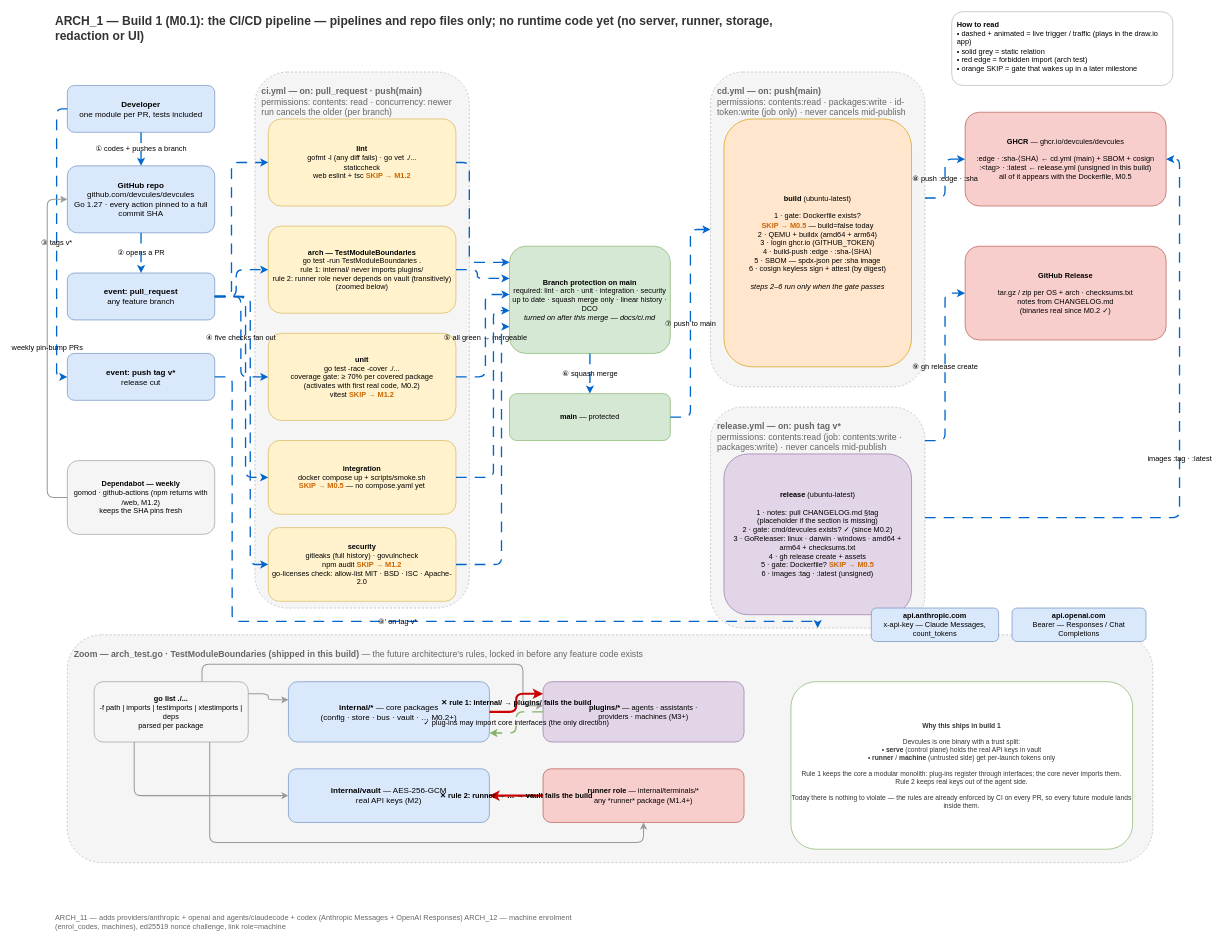
This is page "Arch_1" (1 of 18) of docs/diagrams/devcules-architecture.drawio from devcules/devcules, a draw.io file, before an edit. Source tidied: cells renumbered, new cells numbered last; positions are measured from the earlier drawing's top-left corner, leaving out a move shared by most shapes. Both pictures are drawn from the tidied source at 67%, with x=0, y=0 at pixel (47, 11).
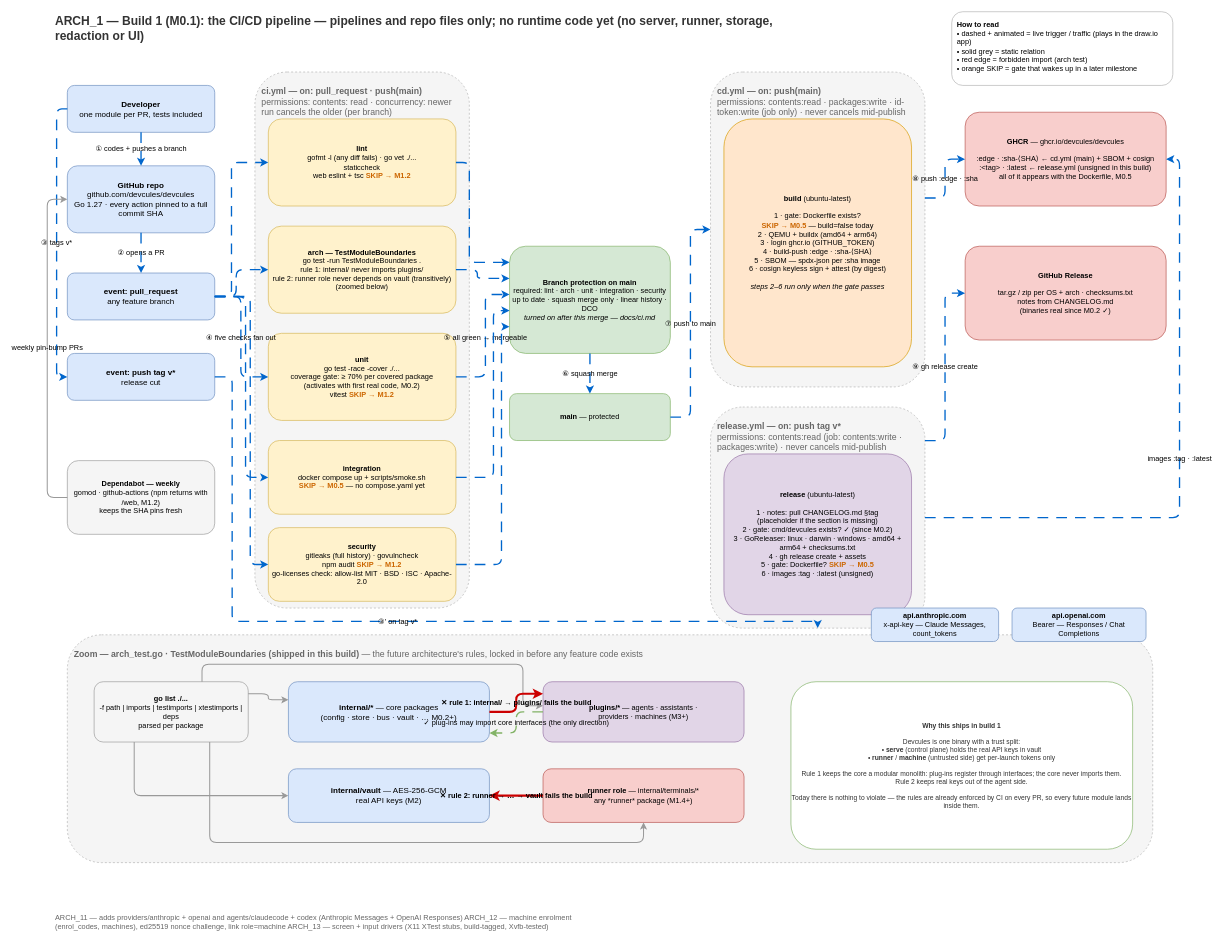
The same page after the edit.

Change to the diagram source:
```diff
@@
-    <mxCell id="59" value="ARCH_11 — adds providers/anthropic + openai and agents/claudecode + codex (Anthropic Messages + OpenAI Responses) ARCH_12 — machine enrolment (enrol_codes, machines), ed25519 nonce challenge, link role=machine" style="text;html=1;strokeColor=none;fillColor=none;align=left;verticalAlign=middle;whiteSpace=wrap;fontSize=11;fontColor=#666666;" parent="1" vertex="1">
+    <mxCell id="59" value="ARCH_11 — adds providers/anthropic + openai and agents/claudecode + codex (Anthropic Messages + OpenAI Responses) ARCH_12 — machine enrolment (enrol_codes, machines), ed25519 nonce challenge, link role=machine ARCH_13 — screen + input drivers (X11 XTest stubs, build-tagged, Xvfb-tested)" style="text;html=1;strokeColor=none;fillColor=none;align=left;verticalAlign=middle;whiteSpace=wrap;fontSize=11;fontColor=#666666;" parent="1" vertex="1">
       <mxGeometry x="10" y="1350" width="820" height="18" as="geometry" />
     </mxCell>
```
